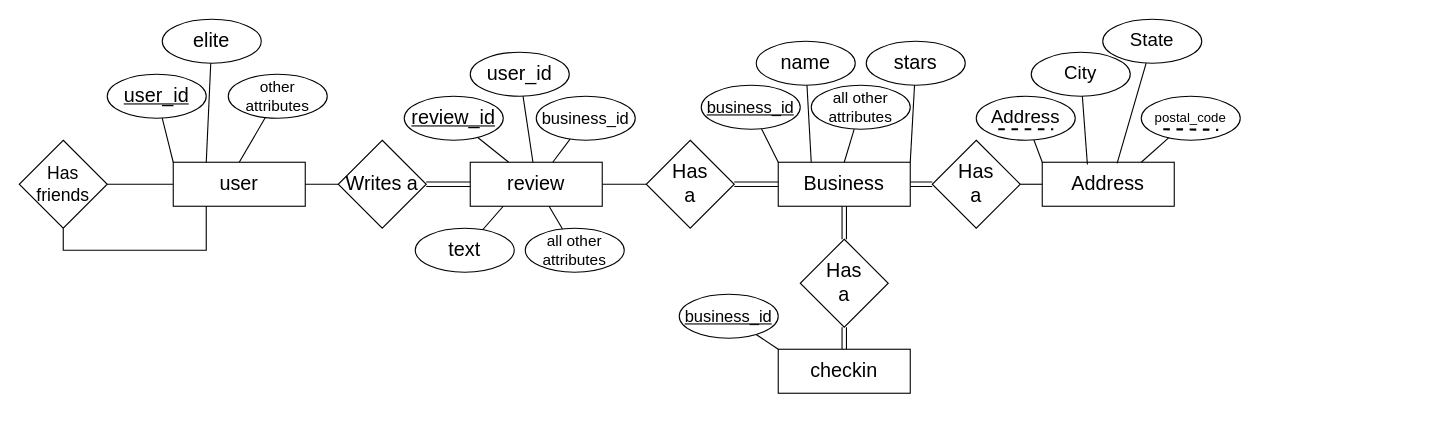
Earlier version of the draw.io diagram milestoneproject.drawio (IgorBCode/cv). Source tidied: cells renumbered, new cells numbered last; positions are measured from the earlier drawing's top-left corner, leaving out a move shared by most shapes. Both pictures are drawn from the tidied source at 110%, with x=0, y=0 at pixel (19, 19).
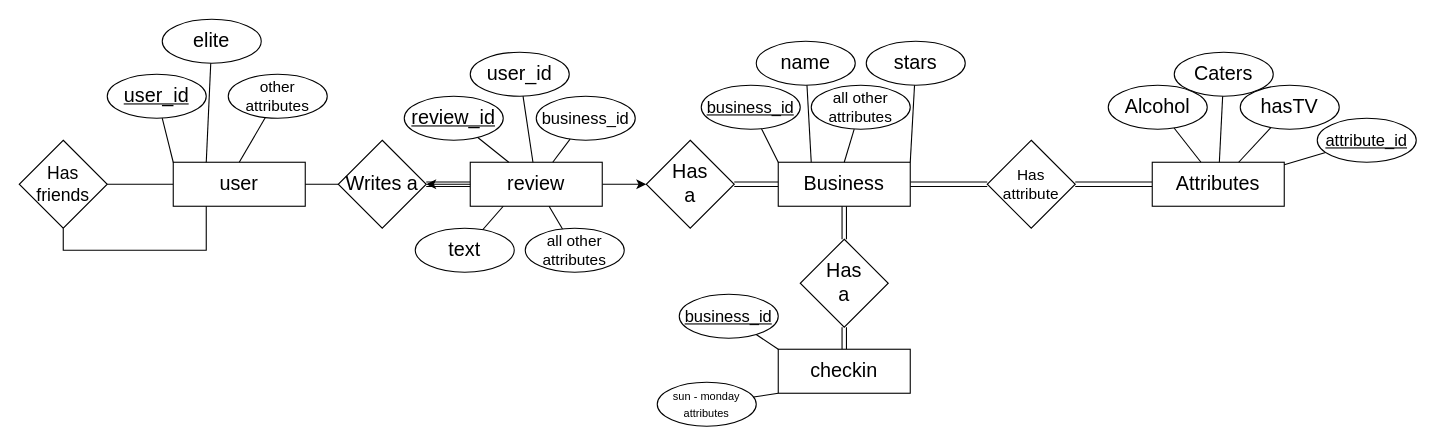
The same page after the edit.

Unchanged cells that the change refers to:
```xml
<mxCell id="5" value="&lt;font style=&quot;font-size: 18px;&quot;&gt;Business&lt;/font&gt;" style="rounded=0;whiteSpace=wrap;html=1;" parent="1" vertex="1">
  <mxGeometry x="690" y="130" width="120" height="40" as="geometry" />
</mxCell>
<mxCell id="29" value="&lt;font style=&quot;font-size: 18px;&quot;&gt;checkin&lt;/font&gt;" style="rounded=0;whiteSpace=wrap;html=1;" parent="1" vertex="1">
  <mxGeometry x="690" y="300" width="120" height="40" as="geometry" />
</mxCell>
<mxCell id="37" value="&lt;font style=&quot;font-size: 18px;&quot;&gt;review&lt;/font&gt;" style="rounded=0;whiteSpace=wrap;html=1;" parent="1" vertex="1">
  <mxGeometry x="410" y="130" width="120" height="40" as="geometry" />
</mxCell>
<mxCell id="39" value="&lt;div&gt;&lt;font style=&quot;font-size: 18px;&quot;&gt;Writes a&lt;br&gt;&lt;/font&gt;&lt;/div&gt;" style="rhombus;whiteSpace=wrap;html=1;" parent="1" vertex="1">
  <mxGeometry x="290" y="110" width="80" height="80" as="geometry" />
</mxCell>
<mxCell id="40" value="&lt;div&gt;&lt;font style=&quot;font-size: 18px;&quot;&gt;Has&lt;/font&gt;&lt;/div&gt;&lt;div&gt;&lt;font style=&quot;font-size: 18px;&quot;&gt;a&lt;br&gt;&lt;/font&gt;&lt;/div&gt;" style="rhombus;whiteSpace=wrap;html=1;" parent="1" vertex="1">
  <mxGeometry x="570" y="110" width="80" height="80" as="geometry" />
</mxCell>
```

The edit, as a diff of the source:
```diff
@@
-    <mxCell id="2" style="edgeStyle=orthogonalEdgeStyle;rounded=0;jettySize=auto;html=1;exitX=1;exitY=0.5;exitDx=0;exitDy=0;entryX=0;entryY=0.5;entryDx=0;entryDy=0;endArrow=none;endFill=0;shape=link;" parent="1" edge="1" source="5" target="9">
-      <mxGeometry relative="1" as="geometry" />
-    </mxCell>
@@
+    <mxCell id="59" style="edgeStyle=orthogonalEdgeStyle;rounded=0;jettySize=auto;html=1;exitX=1;exitY=0.5;exitDx=0;exitDy=0;entryX=0;entryY=0.5;entryDx=0;entryDy=0;endArrow=none;endFill=0;shape=link;" parent="1" edge="1" source="5" target="60">
+      <mxGeometry relative="1" as="geometry" />
+    </mxCell>
@@
-    <mxCell id="6" value="&lt;font style=&quot;font-size: 18px;&quot;&gt;Address&lt;/font&gt;" style="rounded=0;whiteSpace=wrap;html=1;" parent="1" vertex="1">
-      <mxGeometry x="930" y="130" width="120" height="40" as="geometry" />
-    </mxCell>
-    <mxCell id="7" style="edgeStyle=orthogonalEdgeStyle;rounded=0;jettySize=auto;html=1;exitX=1;exitY=0.5;exitDx=0;exitDy=0;entryX=0;entryY=0.5;entryDx=0;entryDy=0;strokeColor=none;endArrow=none;endFill=0;" parent="1" edge="1" source="9" target="6">
-      <mxGeometry relative="1" as="geometry" />
-    </mxCell>
-    <mxCell id="8" style="edgeStyle=orthogonalEdgeStyle;rounded=0;jettySize=auto;html=1;exitX=1;exitY=0.5;exitDx=0;exitDy=0;endArrow=none;endFill=0;" parent="1" edge="1" source="9">
-      <mxGeometry relative="1" as="geometry">
-        <mxPoint x="930" y="150" as="targetPoint" />
-      </mxGeometry>
-    </mxCell>
-    <mxCell id="9" value="&lt;div&gt;&lt;font style=&quot;font-size: 18px;&quot;&gt;Has&lt;/font&gt;&lt;/div&gt;&lt;div&gt;&lt;font style=&quot;font-size: 18px;&quot;&gt;a&lt;br&gt;&lt;/font&gt;&lt;/div&gt;" style="rhombus;whiteSpace=wrap;html=1;" parent="1" vertex="1">
-      <mxGeometry x="830" y="110" width="80" height="80" as="geometry" />
-    </mxCell>
-    <mxCell id="10" value="&lt;font style=&quot;font-size: 17px;&quot;&gt;Address&lt;/font&gt;" style="ellipse;whiteSpace=wrap;html=1;" parent="1" vertex="1">
-      <mxGeometry x="870" y="70" width="90" height="40" as="geometry" />
-    </mxCell>
@@
-    <mxCell id="15" style="endArrow=none;html=1;rounded=0;exitX=0;exitY=0;exitDx=0;exitDy=0;" parent="1" edge="1" source="6" target="10">
-      <mxGeometry relative="1" as="geometry" />
-    </mxCell>
-    <mxCell id="16" value="&lt;font style=&quot;font-size: 17px;&quot;&gt;City&lt;/font&gt;" style="ellipse;whiteSpace=wrap;html=1;" parent="1" vertex="1">
-      <mxGeometry x="920" y="30" width="90" height="40" as="geometry" />
-    </mxCell>
-    <mxCell id="17" value="postal_code" style="ellipse;whiteSpace=wrap;html=1;" parent="1" vertex="1">
-      <mxGeometry x="1020" y="70" width="90" height="40" as="geometry" />
-    </mxCell>
-    <mxCell id="18" value="&lt;font style=&quot;font-size: 17px;&quot;&gt;State&lt;/font&gt;" style="ellipse;whiteSpace=wrap;html=1;" parent="1" vertex="1">
-      <mxGeometry x="985" width="90" height="40" as="geometry" />
-    </mxCell>
-    <mxCell id="19" style="endArrow=none;html=1;rounded=0;exitX=0.342;exitY=0.05;exitDx=0;exitDy=0;exitPerimeter=0;" parent="1" edge="1" source="6" target="16">
-      <mxGeometry relative="1" as="geometry" />
-    </mxCell>
-    <mxCell id="20" style="endArrow=none;html=1;rounded=0;exitX=0.567;exitY=0.025;exitDx=0;exitDy=0;exitPerimeter=0;" parent="1" edge="1" source="6" target="18">
-      <mxGeometry relative="1" as="geometry" />
-    </mxCell>
-    <mxCell id="21" style="endArrow=none;html=1;rounded=0;exitX=0.75;exitY=0;exitDx=0;exitDy=0;" parent="1" edge="1" source="6" target="17">
-      <mxGeometry relative="1" as="geometry" />
-    </mxCell>
-    <mxCell id="22" style="endArrow=none;dashed=1;html=1;rounded=0;strokeWidth=2;" parent="1" edge="1">
-      <mxGeometry relative="1" as="geometry">
-        <mxPoint x="890" y="100" as="sourcePoint" />
-        <mxPoint x="940" y="100" as="targetPoint" />
-      </mxGeometry>
-    </mxCell>
-    <mxCell id="23" style="endArrow=none;dashed=1;html=1;rounded=0;strokeWidth=2;" parent="1" edge="1">
-      <mxGeometry relative="1" as="geometry">
-        <mxPoint x="1040" y="100" as="sourcePoint" />
-        <mxPoint x="1090" y="100.5" as="targetPoint" />
-      </mxGeometry>
-    </mxCell>
@@
-    <mxCell id="35" style="edgeStyle=orthogonalEdgeStyle;rounded=0;jettySize=auto;html=1;exitX=0;exitY=0.5;exitDx=0;exitDy=0;entryX=1;entryY=0.5;entryDx=0;entryDy=0;endArrow=none;endFill=0;shape=link;" parent="1" edge="1" source="37" target="39">
+    <mxCell id="35" style="edgeStyle=orthogonalEdgeStyle;rounded=0;jettySize=auto;html=1;exitX=0;exitY=0.5;exitDx=0;exitDy=0;entryX=1;entryY=0.5;entryDx=0;entryDy=0;endArrow=classic;endFill=1;startArrow=none;startFill=0;shape=link;" parent="1" edge="1" source="37" target="39">
       <mxGeometry relative="1" as="geometry" />
     </mxCell>
-    <mxCell id="36" style="edgeStyle=orthogonalEdgeStyle;rounded=0;jettySize=auto;html=1;exitX=1;exitY=0.5;exitDx=0;exitDy=0;entryX=0;entryY=0.5;entryDx=0;entryDy=0;endArrow=none;endFill=0;" parent="1" edge="1" source="37" target="40">
+    <mxCell id="36" style="edgeStyle=orthogonalEdgeStyle;rounded=0;jettySize=auto;html=1;exitX=1;exitY=0.5;exitDx=0;exitDy=0;entryX=0;entryY=0.5;entryDx=0;entryDy=0;endArrow=classic;endFill=1;" parent="1" edge="1" source="37" target="40">
       <mxGeometry relative="1" as="geometry" />
     </mxCell>
@@
+    <mxCell id="60" value="&lt;div style=&quot;font-size: 14px;&quot;&gt;&lt;font style=&quot;font-size: 14px;&quot;&gt;Has&lt;/font&gt;&lt;/div&gt;&lt;div style=&quot;font-size: 14px;&quot;&gt;&lt;font style=&quot;font-size: 14px;&quot;&gt;attribute&lt;font style=&quot;font-size: 14px;&quot;&gt;&lt;br&gt;&lt;/font&gt;&lt;/font&gt;&lt;/div&gt;" style="rhombus;whiteSpace=wrap;html=1;" parent="1" vertex="1">
+      <mxGeometry x="880" y="110" width="80" height="80" as="geometry" />
+    </mxCell>
+    <mxCell id="61" style="edgeStyle=orthogonalEdgeStyle;rounded=0;jettySize=auto;html=1;exitX=0;exitY=0.5;exitDx=0;exitDy=0;entryX=1;entryY=0.5;entryDx=0;entryDy=0;endArrow=none;endFill=0;shape=link;" parent="1" edge="1" source="62" target="60">
+      <mxGeometry relative="1" as="geometry" />
+    </mxCell>
+    <mxCell id="62" value="&lt;font style=&quot;font-size: 18px;&quot;&gt;Attributes&lt;/font&gt;" style="rounded=0;whiteSpace=wrap;html=1;" parent="1" vertex="1">
+      <mxGeometry x="1030" y="130" width="120" height="40" as="geometry" />
+    </mxCell>
+    <mxCell id="63" value="&lt;font style=&quot;font-size: 18px;&quot;&gt;Caters&lt;/font&gt;" style="ellipse;whiteSpace=wrap;html=1;" parent="1" vertex="1">
+      <mxGeometry x="1050" y="30" width="90" height="40" as="geometry" />
+    </mxCell>
+    <mxCell id="64" value="&lt;font style=&quot;font-size: 18px;&quot;&gt;Alcohol&lt;/font&gt;" style="ellipse;whiteSpace=wrap;html=1;" parent="1" vertex="1">
+      <mxGeometry x="990" y="60" width="90" height="40" as="geometry" />
+    </mxCell>
+    <mxCell id="65" value="&lt;div&gt;&lt;font style=&quot;font-size: 18px;&quot;&gt;hasTV&lt;/font&gt;&lt;/div&gt;" style="ellipse;whiteSpace=wrap;html=1;" parent="1" vertex="1">
+      <mxGeometry x="1110" y="60" width="90" height="40" as="geometry" />
+    </mxCell>
+    <mxCell id="66" style="endArrow=none;html=1;rounded=0;" parent="1" edge="1" source="62" target="65">
+      <mxGeometry relative="1" as="geometry" />
+    </mxCell>
+    <mxCell id="67" style="endArrow=none;html=1;rounded=0;" parent="1" edge="1" source="62" target="63">
+      <mxGeometry relative="1" as="geometry" />
+    </mxCell>
+    <mxCell id="68" style="endArrow=none;html=1;rounded=0;" parent="1" edge="1" source="62" target="64">
+      <mxGeometry relative="1" as="geometry" />
+    </mxCell>
+    <mxCell id="69" value="&lt;font size=&quot;1&quot;&gt;&lt;u style=&quot;font-size: 15px;&quot;&gt;attribute_id&lt;/u&gt;&lt;/font&gt;" style="ellipse;whiteSpace=wrap;html=1;" parent="1" vertex="1">
+      <mxGeometry x="1180" y="90" width="90" height="40" as="geometry" />
+    </mxCell>
+    <mxCell id="70" style="endArrow=none;html=1;rounded=0;" parent="1" edge="1" source="62" target="69">
+      <mxGeometry relative="1" as="geometry" />
+    </mxCell>
+    <mxCell id="71" style="endArrow=classic;html=1;rounded=0;entryX=1;entryY=0.5;entryDx=0;entryDy=0;exitX=0;exitY=0.5;exitDx=0;exitDy=0;" parent="1" edge="1" source="37" target="39">
+      <mxGeometry relative="1" as="geometry" />
+    </mxCell>
+    <mxCell id="72" value="&lt;div&gt;&lt;font size=&quot;1&quot;&gt;sun - monday&lt;/font&gt;&lt;/div&gt;&lt;div&gt;&lt;font size=&quot;1&quot;&gt;attributes&lt;br&gt;&lt;/font&gt;&lt;/div&gt;" style="ellipse;whiteSpace=wrap;html=1;" parent="1" vertex="1">
+      <mxGeometry x="580" y="330" width="90" height="40" as="geometry" />
+    </mxCell>
+    <mxCell id="73" style="endArrow=none;html=1;rounded=0;entryX=0;entryY=1;entryDx=0;entryDy=0;" parent="1" edge="1" source="72" target="29">
+      <mxGeometry relative="1" as="geometry" />
+    </mxCell>
```
